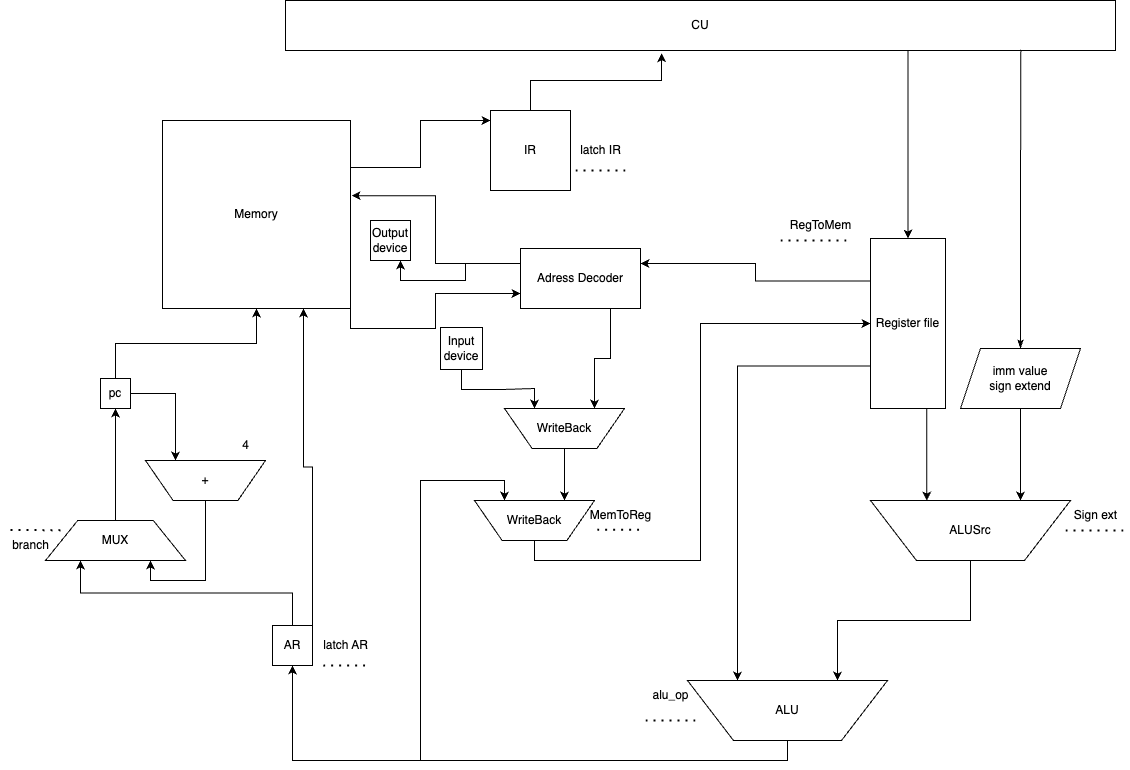
Before: lab3/scheme/risc-iv.png, a diagram exported from draw.io (2BuRy1/CSA). Source tidied: cells renumbered, new cells last; positions are measured from the earlier drawing's top-left corner, leaving out a move shared by most shapes.
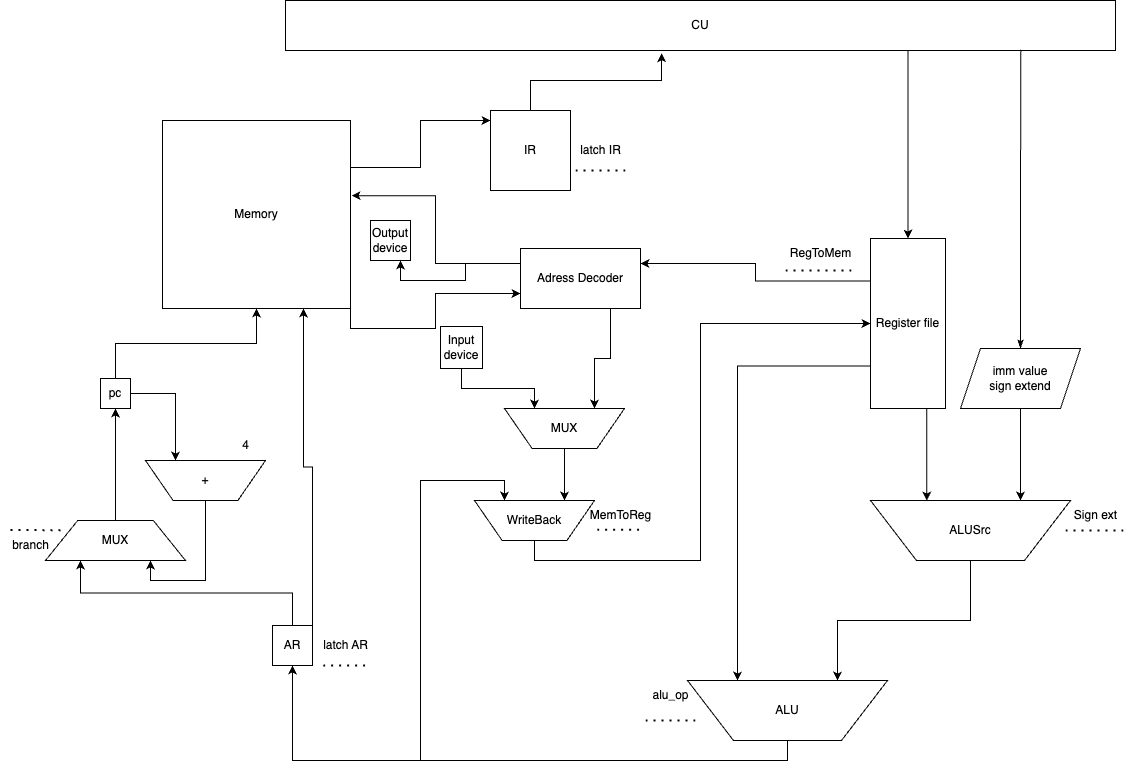
The same diagram one commit later.

Diff of the diagram source:
```diff
@@ -142,12 +142,12 @@
       <mxGeometry y="530" width="60" height="30" as="geometry" />
     </mxCell>
     <mxCell id="41" value="RegToMem" style="text;html=1;align=center;verticalAlign=middle;strokeColor=none;fillColor=none;" parent="1" vertex="1">
-      <mxGeometry x="780" y="210" width="80" height="30" as="geometry" />
+      <mxGeometry x="780" y="238" width="80" height="30" as="geometry" />
     </mxCell>
     <mxCell id="42" style="endArrow=none;dashed=1;html=1;dashPattern=1 3;strokeWidth=2;rounded=0;" parent="1" edge="1">
       <mxGeometry relative="1" as="geometry">
-        <mxPoint x="780" y="240" as="sourcePoint" />
-        <mxPoint x="850" y="240" as="targetPoint" />
+        <mxPoint x="785" y="270" as="sourcePoint" />
+        <mxPoint x="855" y="270" as="targetPoint" />
       </mxGeometry>
     </mxCell>
     <mxCell id="43" style="edgeStyle=orthogonalEdgeStyle;rounded=0;jettySize=auto;html=1;exitX=0.5;exitY=1;exitDx=0;exitDy=0;entryX=0;entryY=0.5;entryDx=0;entryDy=0;" parent="1" edge="1" source="44" target="14">
@@ -183,7 +183,7 @@
     <mxCell id="50" style="edgeStyle=orthogonalEdgeStyle;rounded=0;jettySize=auto;html=1;exitX=0.5;exitY=1;exitDx=0;exitDy=0;entryX=0.75;entryY=0;entryDx=0;entryDy=0;" parent="1" edge="1" source="51" target="44">
       <mxGeometry relative="1" as="geometry" />
     </mxCell>
-    <mxCell id="51" value="WriteBack" style="verticalLabelPosition=middle;verticalAlign=middle;html=1;shape=trapezoid;perimeter=trapezoidPerimeter;whiteSpace=wrap;size=0.23;arcSize=10;flipV=1;labelPosition=center;align=center;" parent="1" vertex="1">
+    <mxCell id="51" value="MUX" style="verticalLabelPosition=middle;verticalAlign=middle;html=1;shape=trapezoid;perimeter=trapezoidPerimeter;whiteSpace=wrap;size=0.23;arcSize=10;flipV=1;labelPosition=center;align=center;" parent="1" vertex="1">
       <mxGeometry x="504" y="408" width="120" height="40" as="geometry" />
     </mxCell>
     <mxCell id="52" style="edgeStyle=orthogonalEdgeStyle;rounded=0;jettySize=auto;html=1;exitX=0;exitY=0.25;exitDx=0;exitDy=0;entryX=1.006;entryY=0.4;entryDx=0;entryDy=0;entryPerimeter=0;" parent="1" edge="1" source="49" target="3">
@@ -199,7 +199,7 @@
       <mxGeometry relative="1" as="geometry" />
     </mxCell>
     <mxCell id="56" value="Input&lt;div&gt;device&lt;/div&gt;" style="whiteSpace=wrap;html=1;" parent="1" vertex="1">
-      <mxGeometry x="440" y="327" width="42" height="42" as="geometry" />
+      <mxGeometry x="440" y="326" width="42" height="42" as="geometry" />
     </mxCell>
   </root>
 </mxGraphModel>
```
